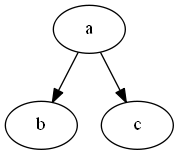
Lucasa98/Tree-Graphicator keeps this Graphviz diagram as temp_tree.png. Above is the earlier version. Its source is kept beside it as temp_tree.dot.
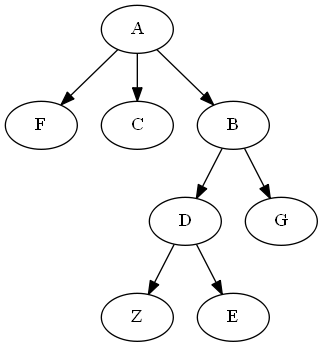
After the change.

What changed in the source:
```diff
@@ -1,7 +1,17 @@
 digraph h {
-aaaab[label="a"]
-aaaac[label="b"]
-aaaad[label="c"]
+aaaab[label="A"]
+aaaac[label="F"]
+aaaad[label="C"]
+aaaba[label="B"]
+aaabb[label="D"]
+aaabc[label="Z"]
+aaabd[label="E"]
+aaaca[label="G"]
 aaaab->aaaac
 aaaab->aaaad
+aaaab->aaaba
+aaaba->aaabb
+aaabb->aaabc
+aaabb->aaabd
+aaaba->aaaca
 }
```
